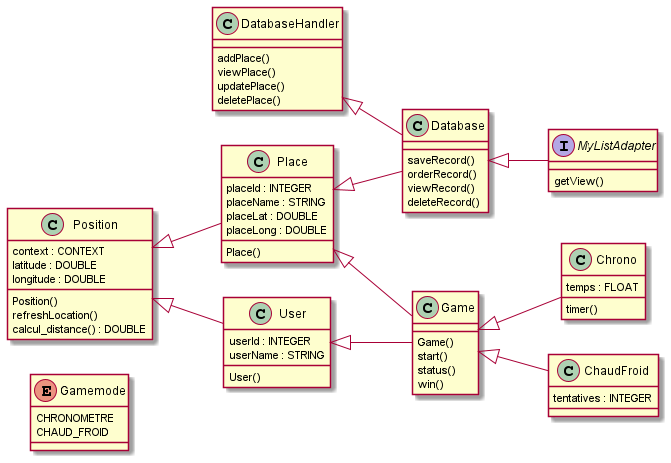
This is app/src/docs/UML/@startuml/Akenasia.png from Kaanar/Akenasia, a PlantUML export, as it was before one commit.
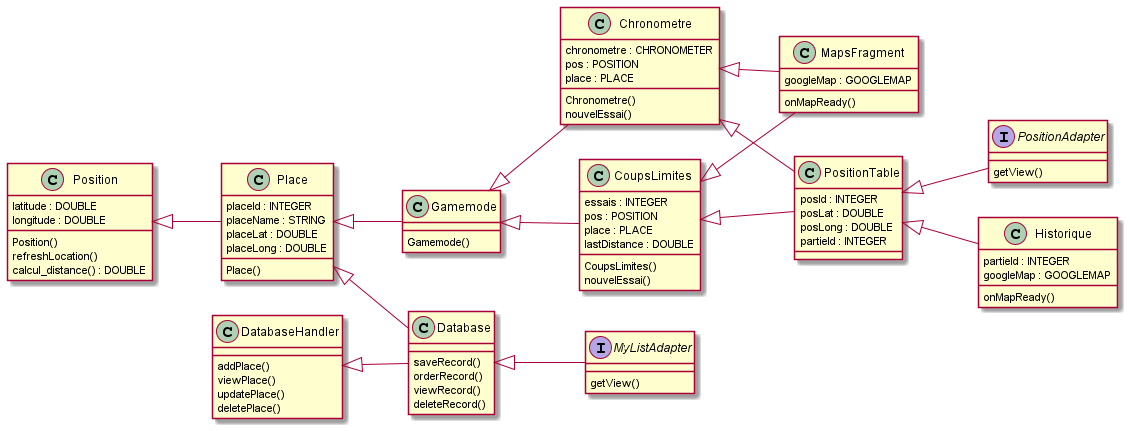
The same diagram one commit later.

Diff of the diagram source:
```diff
@@ -1,14 +1,17 @@
 @startuml Akenasia
 left to right direction
 
-enum Gamemode {
-  CHRONOMETRE
-  CHAUD_FROID
+class Chronometre {
+  chronometre : CHRONOMETER
+  pos : POSITION
+  place : PLACE
+  Chronometre()
+  nouvelEssai()
 }
 
-class Chrono {
-  temps : FLOAT
-  timer()
+class MapsFragment {
+  googleMap : GOOGLEMAP
+  onMapReady()
 }
 
 class Place {
@@ -27,7 +30,6 @@
 }
 
 class Position {
-  context : CONTEXT
   latitude : DOUBLE
   longitude : DOUBLE
   Position()
@@ -35,25 +37,38 @@
   calcul_distance() : DOUBLE
 }
 
-class User {
-  userId : INTEGER
-  userName : STRING
-  User()
-}
-
 interface MyListAdapter {
   getView()
 }
 
-class Game {
-  Game()
-  start()
-  status()
-  win()
+class Gamemode {
+  Gamemode()
 }
 
-class ChaudFroid {
-  tentatives : INTEGER
+class CoupsLimites {
+  essais : INTEGER
+  pos : POSITION
+  place : PLACE
+  lastDistance : DOUBLE
+  CoupsLimites()
+  nouvelEssai()
+}
+
+class PositionTable {
+  posId : INTEGER
+  posLat : DOUBLE
+  posLong : DOUBLE
+  partieId : INTEGER
+}
+
+interface PositionAdapter {
+  getView()
+}
+
+class Historique {
+  partieId : INTEGER
+  googleMap : GOOGLEMAP
+  onMapReady()
 }
 
 class DatabaseHandler {
@@ -67,10 +82,14 @@
 DatabaseHandler <|-- Database
 Place <|-- Database
 Position <|-- Place
-Place <|-- Game
-Position <|-- User
-User <|-- Game
-Game <|-- Chrono
-Game <|-- ChaudFroid
+Place <|-- Gamemode
+Gamemode <|-- Chronometre
+Gamemode <|-- CoupsLimites
+Chronometre <|-- PositionTable
+CoupsLimites <|-- PositionTable
+PositionTable <|-- PositionAdapter
+PositionTable <|-- Historique
+Chronometre <|-- MapsFragment
+CoupsLimites <|-- MapsFragment
 
 @enduml
```
